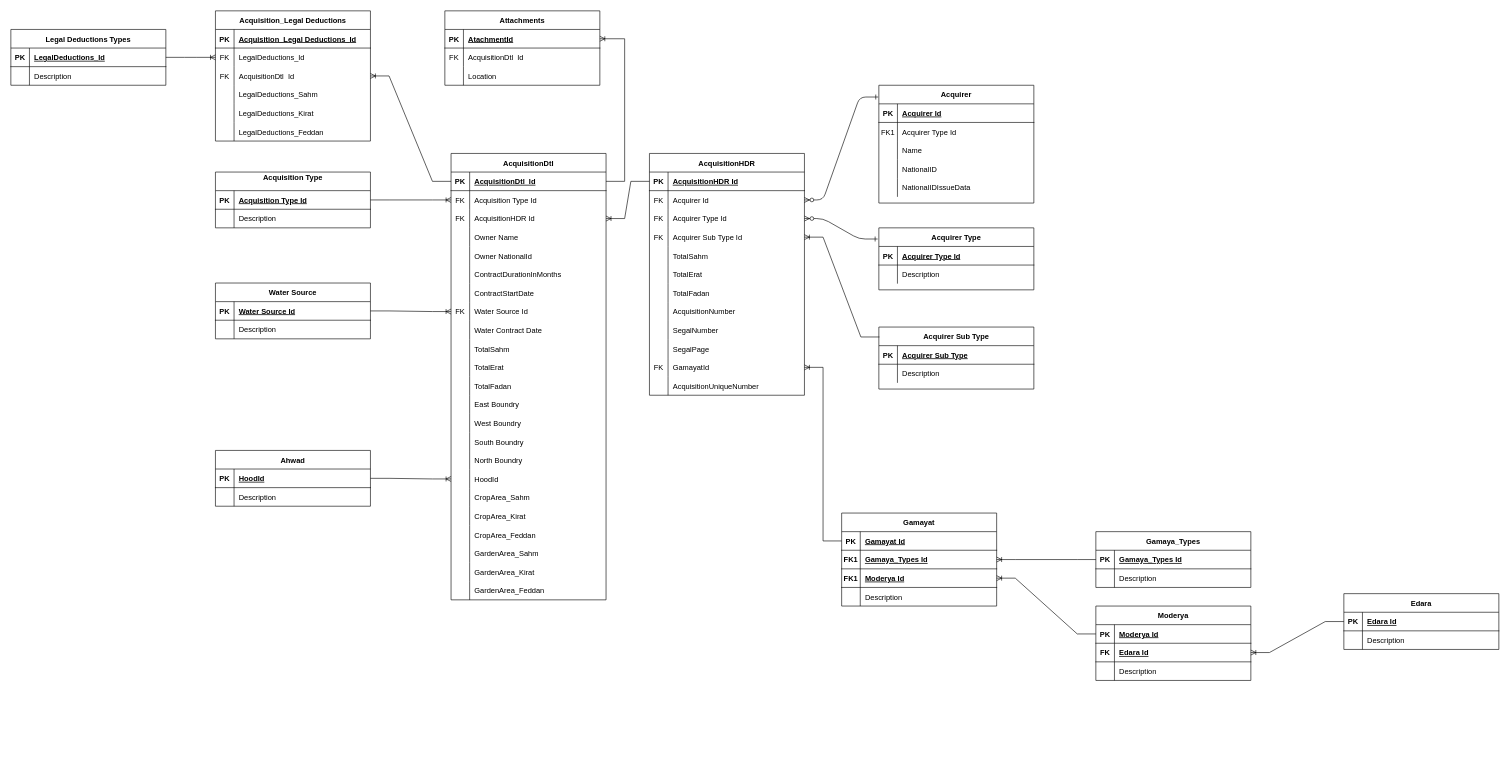
Earlier version of the draw.io diagram page "ERD" (1 of 4) of GISDB.drawio (Mohamedmtc/Diagrams). Source tidied: cells renumbered, new cells numbered last; positions are measured from the earlier drawing's top-left corner, leaving out a move shared by most shapes. Both pictures are drawn from the tidied source at 62%, with x=0, y=0 at pixel (11, 11).
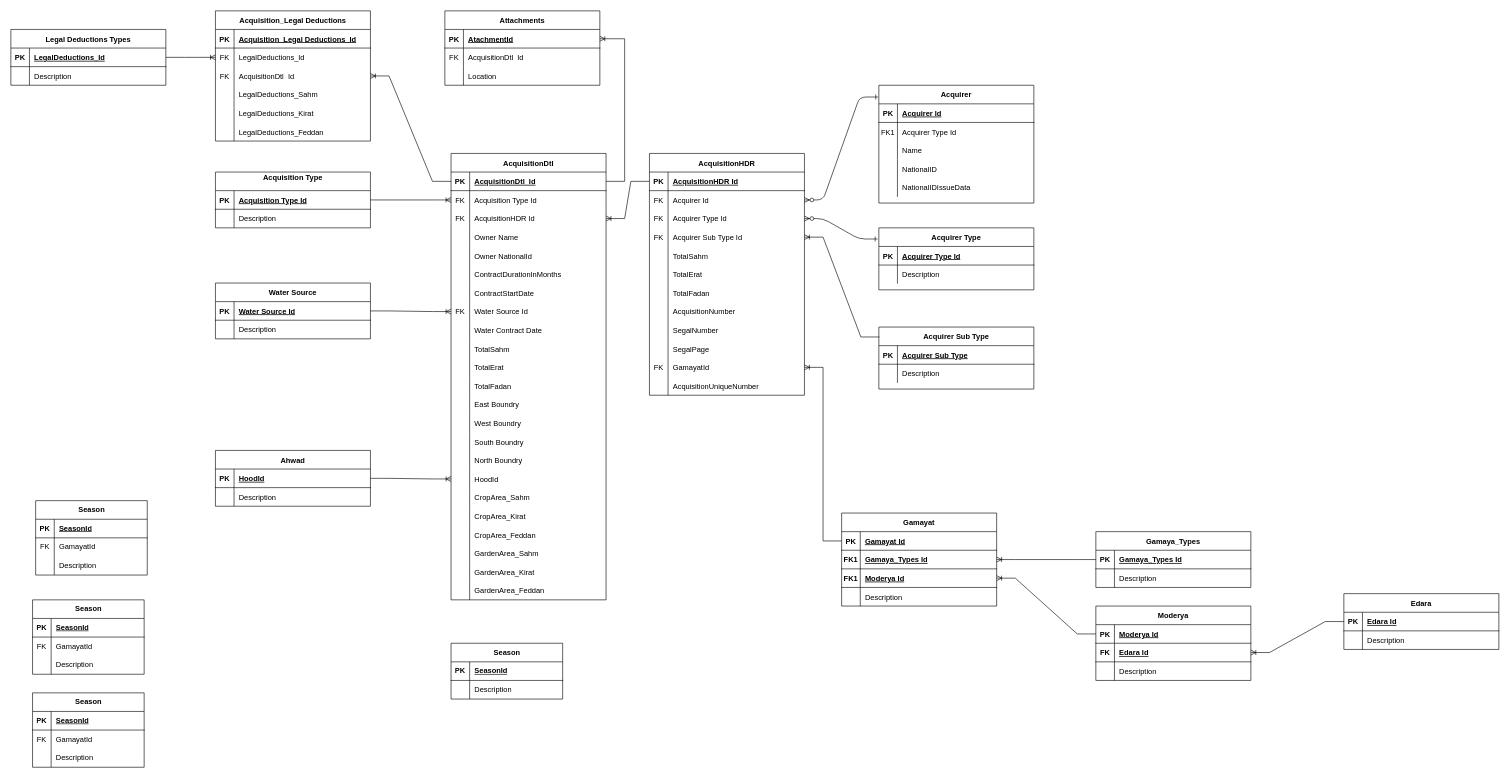
After the change.

What changed in the source:
```diff
@@
+    <mxCell id="247" value="Season" style="shape=table;startSize=30;childLayout=tableLayout;rowLines=0;fontStyle=1;align=center;html=1;" parent="1" vertex="1">
+      <mxGeometry x="710" y="1020" width="180" height="90" as="geometry" />
+    </mxCell>
+    <mxCell id="248" style="shape=tableRow;horizontal=0;startSize=0;swimlaneHead=0;swimlaneBody=0;fillColor=none;top=0;left=0;right=0;bottom=1;" parent="247" vertex="1">
+      <mxGeometry y="30" width="180" height="30" as="geometry" />
+    </mxCell>
+    <mxCell id="249" value="PK" style="shape=partialRectangle;fillColor=none;top=0;left=0;bottom=0;right=0;fontStyle=1;overflow=hidden;whiteSpace=wrap;html=1;" parent="248" vertex="1">
+      <mxGeometry width="30" height="30" as="geometry" />
+    </mxCell>
+    <mxCell id="250" value="SeasonId" style="shape=partialRectangle;fillColor=none;top=0;left=0;bottom=0;right=0;align=left;spacingLeft=6;fontStyle=5;overflow=hidden;whiteSpace=wrap;html=1;" parent="248" vertex="1">
+      <mxGeometry x="30" width="150" height="30" as="geometry" />
+    </mxCell>
+    <mxCell id="251" style="shape=tableRow;horizontal=0;startSize=0;swimlaneHead=0;swimlaneBody=0;fillColor=none;top=0;left=0;right=0;bottom=0;" parent="247" vertex="1">
+      <mxGeometry y="60" width="180" height="30" as="geometry" />
+    </mxCell>
+    <mxCell id="252" style="shape=partialRectangle;fillColor=none;top=0;left=0;bottom=0;right=0;overflow=hidden;whiteSpace=wrap;html=1;" parent="251" vertex="1">
+      <mxGeometry width="30" height="30" as="geometry" />
+    </mxCell>
+    <mxCell id="253" value="Description" style="shape=partialRectangle;fillColor=none;top=0;left=0;bottom=0;right=0;align=left;spacingLeft=6;overflow=hidden;whiteSpace=wrap;html=1;" parent="251" vertex="1">
+      <mxGeometry x="30" width="150" height="30" as="geometry" />
+    </mxCell>
+    <mxCell id="254" value="Season" style="shape=table;startSize=30;childLayout=tableLayout;rowLines=0;fontStyle=1;align=center;html=1;" parent="1" vertex="1">
+      <mxGeometry x="40" y="790" width="180" height="120" as="geometry" />
+    </mxCell>
+    <mxCell id="255" style="shape=tableRow;horizontal=0;startSize=0;swimlaneHead=0;swimlaneBody=0;fillColor=none;top=0;left=0;right=0;bottom=1;" parent="254" vertex="1">
+      <mxGeometry y="30" width="180" height="30" as="geometry" />
+    </mxCell>
+    <mxCell id="256" value="PK" style="shape=partialRectangle;fillColor=none;top=0;left=0;bottom=0;right=0;fontStyle=1;overflow=hidden;whiteSpace=wrap;html=1;" parent="255" vertex="1">
+      <mxGeometry width="30" height="30" as="geometry" />
+    </mxCell>
+    <mxCell id="257" value="SeasonId" style="shape=partialRectangle;fillColor=none;top=0;left=0;bottom=0;right=0;align=left;spacingLeft=6;fontStyle=5;overflow=hidden;whiteSpace=wrap;html=1;" parent="255" vertex="1">
+      <mxGeometry x="30" width="150" height="30" as="geometry" />
+    </mxCell>
+    <mxCell id="258" style="shape=tableRow;horizontal=0;startSize=0;swimlaneHead=0;swimlaneBody=0;fillColor=none;top=0;left=0;right=0;bottom=0;" parent="254" vertex="1">
+      <mxGeometry y="60" width="180" height="30" as="geometry" />
+    </mxCell>
+    <mxCell id="259" value="FK" style="shape=partialRectangle;fillColor=none;top=0;left=0;bottom=0;right=0;overflow=hidden;whiteSpace=wrap;html=1;" parent="258" vertex="1">
+      <mxGeometry width="30" height="30" as="geometry" />
+    </mxCell>
+    <mxCell id="260" value="GamayatId" style="shape=partialRectangle;fillColor=none;top=0;left=0;bottom=0;right=0;align=left;spacingLeft=6;overflow=hidden;whiteSpace=wrap;html=1;" parent="258" vertex="1">
+      <mxGeometry x="30" width="150" height="30" as="geometry" />
+    </mxCell>
+    <mxCell id="261" style="shape=tableRow;horizontal=0;startSize=0;swimlaneHead=0;swimlaneBody=0;fillColor=none;top=0;left=0;right=0;bottom=0;" parent="254" vertex="1">
+      <mxGeometry y="90" width="180" height="30" as="geometry" />
+    </mxCell>
+    <mxCell id="262" style="shape=partialRectangle;fillColor=none;top=0;left=0;bottom=0;right=0;overflow=hidden;whiteSpace=wrap;html=1;" parent="261" vertex="1">
+      <mxGeometry width="30" height="30" as="geometry" />
+    </mxCell>
+    <mxCell id="263" value="Description" style="shape=partialRectangle;fillColor=none;top=0;left=0;bottom=0;right=0;align=left;spacingLeft=6;overflow=hidden;whiteSpace=wrap;html=1;" parent="261" vertex="1">
+      <mxGeometry x="30" width="150" height="30" as="geometry" />
+    </mxCell>
+    <mxCell id="264" value="Season" style="shape=table;startSize=30;childLayout=tableLayout;rowLines=0;fontStyle=1;align=center;html=1;" parent="1" vertex="1">
+      <mxGeometry x="35" y="950" width="180" height="120" as="geometry" />
+    </mxCell>
+    <mxCell id="265" style="shape=tableRow;horizontal=0;startSize=0;swimlaneHead=0;swimlaneBody=0;fillColor=none;top=0;left=0;right=0;bottom=1;" parent="264" vertex="1">
+      <mxGeometry y="30" width="180" height="30" as="geometry" />
+    </mxCell>
+    <mxCell id="266" value="PK" style="shape=partialRectangle;fillColor=none;top=0;left=0;bottom=0;right=0;fontStyle=1;overflow=hidden;whiteSpace=wrap;html=1;" parent="265" vertex="1">
+      <mxGeometry width="30" height="30" as="geometry" />
+    </mxCell>
+    <mxCell id="267" value="SeasonId" style="shape=partialRectangle;fillColor=none;top=0;left=0;bottom=0;right=0;align=left;spacingLeft=6;fontStyle=5;overflow=hidden;whiteSpace=wrap;html=1;" parent="265" vertex="1">
+      <mxGeometry x="30" width="150" height="30" as="geometry" />
+    </mxCell>
+    <mxCell id="268" style="shape=tableRow;horizontal=0;startSize=0;swimlaneHead=0;swimlaneBody=0;fillColor=none;top=0;left=0;right=0;bottom=0;" parent="264" vertex="1">
+      <mxGeometry y="60" width="180" height="30" as="geometry" />
+    </mxCell>
+    <mxCell id="269" value="FK" style="shape=partialRectangle;fillColor=none;top=0;left=0;bottom=0;right=0;overflow=hidden;whiteSpace=wrap;html=1;" parent="268" vertex="1">
+      <mxGeometry width="30" height="30" as="geometry" />
+    </mxCell>
+    <mxCell id="270" value="GamayatId" style="shape=partialRectangle;fillColor=none;top=0;left=0;bottom=0;right=0;align=left;spacingLeft=6;overflow=hidden;whiteSpace=wrap;html=1;" parent="268" vertex="1">
+      <mxGeometry x="30" width="150" height="30" as="geometry" />
+    </mxCell>
+    <mxCell id="271" style="shape=tableRow;horizontal=0;startSize=0;swimlaneHead=0;swimlaneBody=0;fillColor=none;top=0;left=0;right=0;bottom=0;" parent="264" vertex="1">
+      <mxGeometry y="90" width="180" height="30" as="geometry" />
+    </mxCell>
+    <mxCell id="272" style="shape=partialRectangle;fillColor=none;top=0;left=0;bottom=0;right=0;overflow=hidden;whiteSpace=wrap;html=1;" parent="271" vertex="1">
+      <mxGeometry width="30" height="30" as="geometry" />
+    </mxCell>
+    <mxCell id="273" value="Description" style="shape=partialRectangle;fillColor=none;top=0;left=0;bottom=0;right=0;align=left;spacingLeft=6;overflow=hidden;whiteSpace=wrap;html=1;" parent="271" vertex="1">
+      <mxGeometry x="30" width="150" height="30" as="geometry" />
+    </mxCell>
+    <mxCell id="274" value="Season" style="shape=table;startSize=30;childLayout=tableLayout;rowLines=0;fontStyle=1;align=center;html=1;" parent="1" vertex="1">
+      <mxGeometry x="35" y="1100" width="180" height="120" as="geometry" />
+    </mxCell>
+    <mxCell id="275" style="shape=tableRow;horizontal=0;startSize=0;swimlaneHead=0;swimlaneBody=0;fillColor=none;top=0;left=0;right=0;bottom=1;" parent="274" vertex="1">
+      <mxGeometry y="30" width="180" height="30" as="geometry" />
+    </mxCell>
+    <mxCell id="276" value="PK" style="shape=partialRectangle;fillColor=none;top=0;left=0;bottom=0;right=0;fontStyle=1;overflow=hidden;whiteSpace=wrap;html=1;" parent="275" vertex="1">
+      <mxGeometry width="30" height="30" as="geometry" />
+    </mxCell>
+    <mxCell id="277" value="SeasonId" style="shape=partialRectangle;fillColor=none;top=0;left=0;bottom=0;right=0;align=left;spacingLeft=6;fontStyle=5;overflow=hidden;whiteSpace=wrap;html=1;" parent="275" vertex="1">
+      <mxGeometry x="30" width="150" height="30" as="geometry" />
+    </mxCell>
+    <mxCell id="278" style="shape=tableRow;horizontal=0;startSize=0;swimlaneHead=0;swimlaneBody=0;fillColor=none;top=0;left=0;right=0;bottom=0;" parent="274" vertex="1">
+      <mxGeometry y="60" width="180" height="30" as="geometry" />
+    </mxCell>
+    <mxCell id="279" value="FK" style="shape=partialRectangle;fillColor=none;top=0;left=0;bottom=0;right=0;overflow=hidden;whiteSpace=wrap;html=1;" parent="278" vertex="1">
+      <mxGeometry width="30" height="30" as="geometry" />
+    </mxCell>
+    <mxCell id="280" value="GamayatId" style="shape=partialRectangle;fillColor=none;top=0;left=0;bottom=0;right=0;align=left;spacingLeft=6;overflow=hidden;whiteSpace=wrap;html=1;" parent="278" vertex="1">
+      <mxGeometry x="30" width="150" height="30" as="geometry" />
+    </mxCell>
+    <mxCell id="281" style="shape=tableRow;horizontal=0;startSize=0;swimlaneHead=0;swimlaneBody=0;fillColor=none;top=0;left=0;right=0;bottom=0;" parent="274" vertex="1">
+      <mxGeometry y="90" width="180" height="30" as="geometry" />
+    </mxCell>
+    <mxCell id="282" style="shape=partialRectangle;fillColor=none;top=0;left=0;bottom=0;right=0;overflow=hidden;whiteSpace=wrap;html=1;" parent="281" vertex="1">
+      <mxGeometry width="30" height="30" as="geometry" />
+    </mxCell>
+    <mxCell id="283" value="Description" style="shape=partialRectangle;fillColor=none;top=0;left=0;bottom=0;right=0;align=left;spacingLeft=6;overflow=hidden;whiteSpace=wrap;html=1;" parent="281" vertex="1">
+      <mxGeometry x="30" width="150" height="30" as="geometry" />
+    </mxCell>
```
